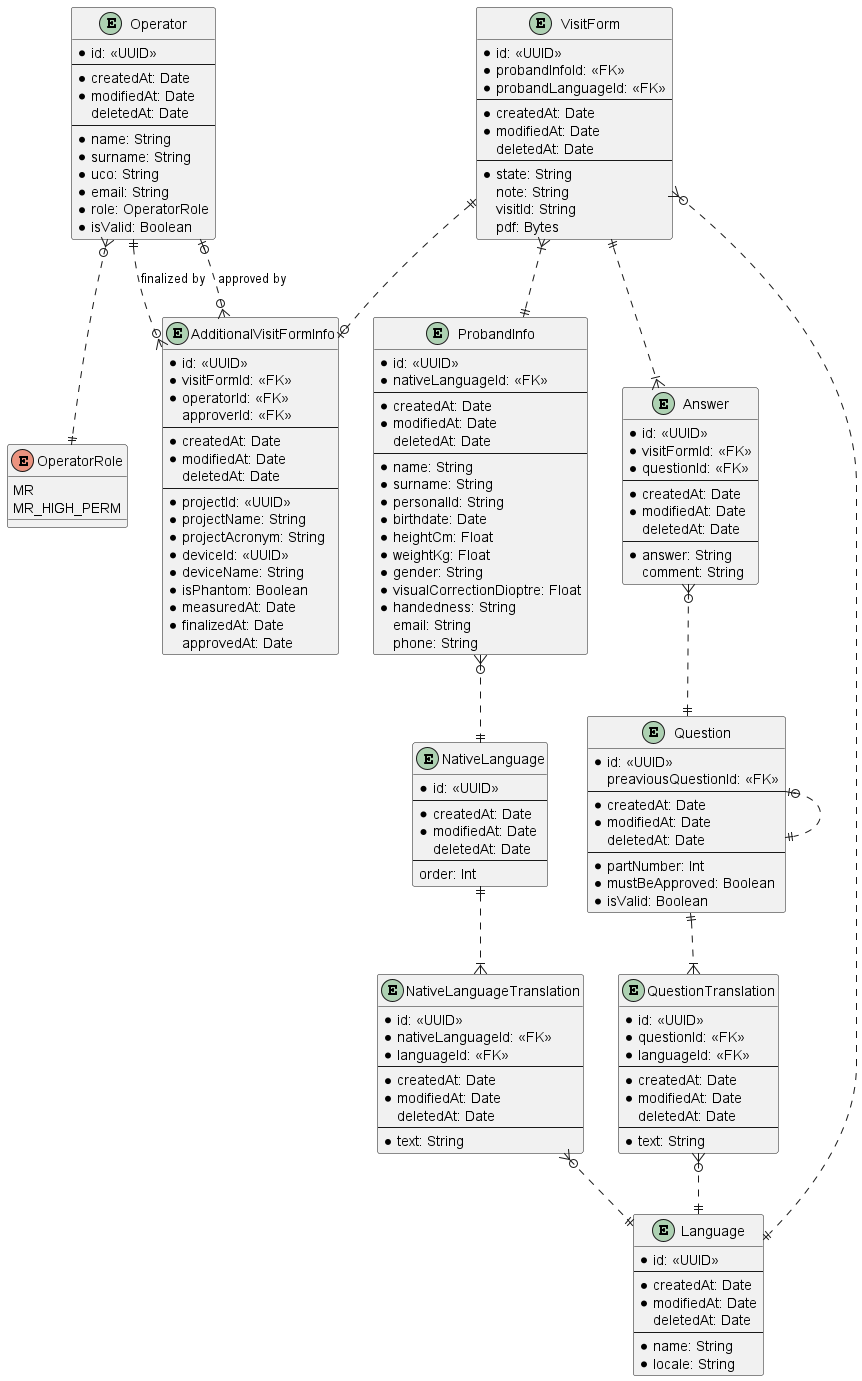
This is backend/prisma/erd/ProbandSafetyQuestionnaire.png from lukas-kratochvil/mafil-proband-safety-questionnaire, a PlantUML export, as it was before one commit.
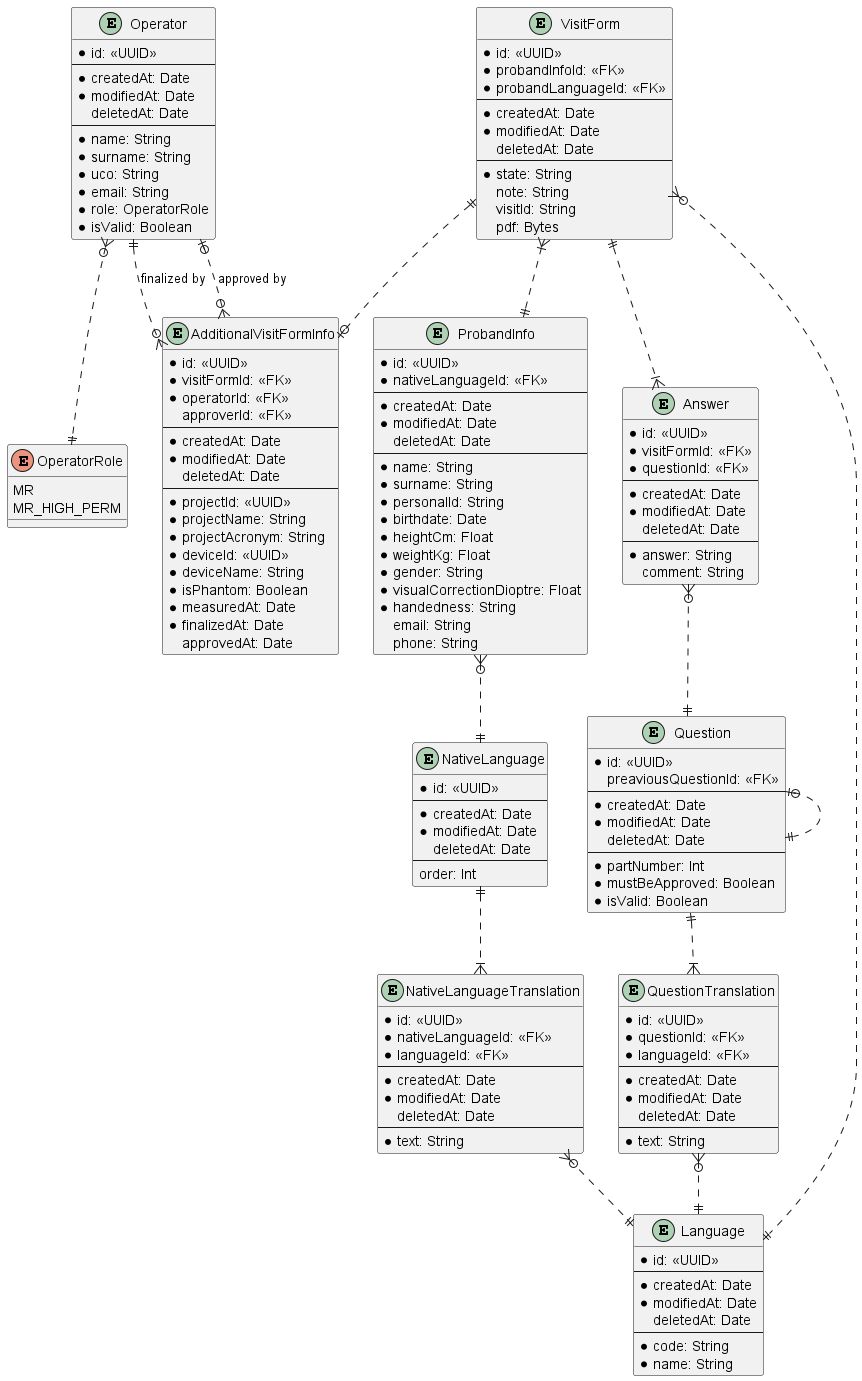
Above is the later version.

Commit message:
feat: renamed Language attribute 'locale' to 'code'

What changed in the source:
```diff
@@ -144,8 +144,8 @@
   * modifiedAt: Date
   deletedAt: Date
   ---
+  * code: String
   * name: String
-  * locale: String
 }
 
 Operator }o..|| OperatorRole
```
